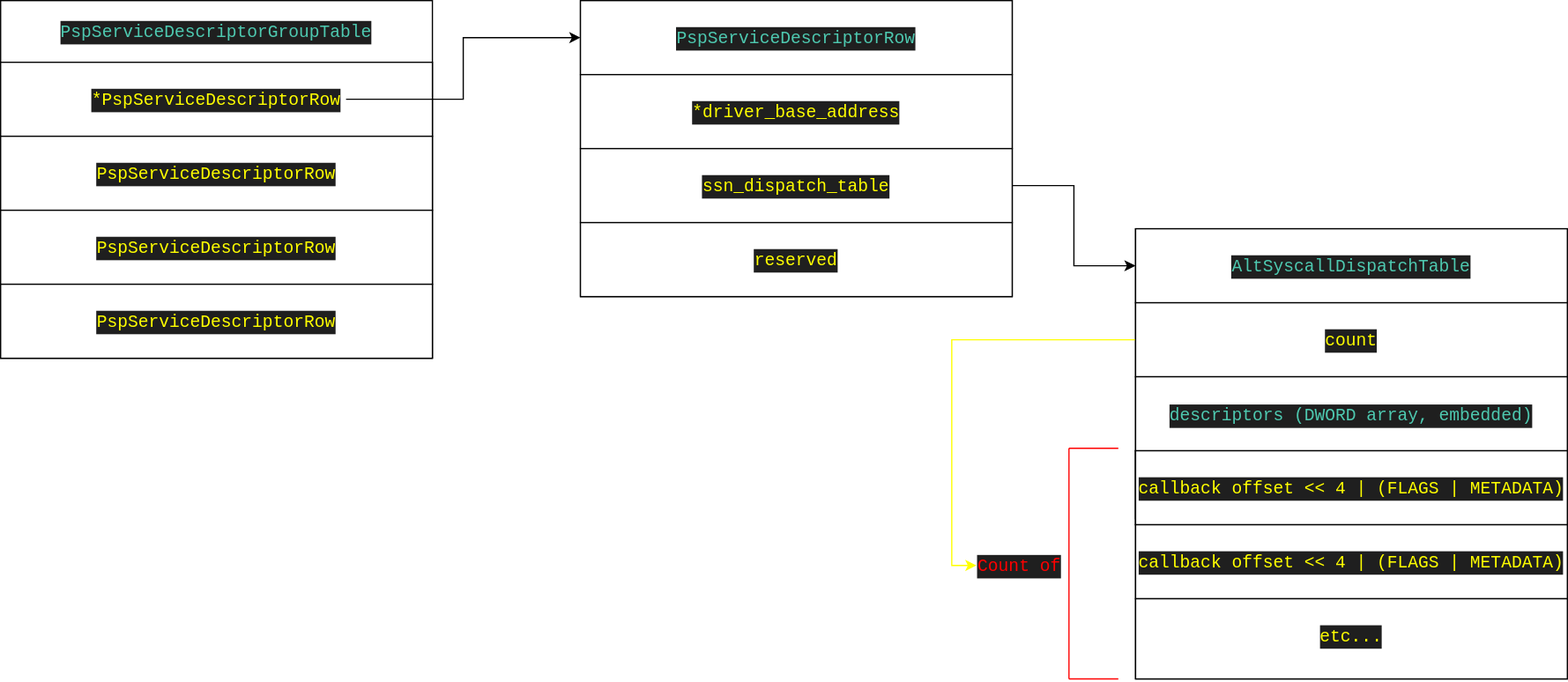
Above: imgs/evidence/structs.svg in Siradankullanici/Sanctum (draw.io), before the change. Source tidied: cells renumbered, new cells last; positions are measured from the earlier drawing's top-left corner, leaving out a move shared by most shapes. Source of this version:
```xml
<mxGraphModel>
  <root>
    <mxCell id="0" />
    <mxCell id="1" parent="0" />
    <mxCell id="2" style="rounded=0;whiteSpace=wrap;html=1;" parent="1" vertex="1">
      <mxGeometry x="920" y="185" width="350" height="235" as="geometry" />
    </mxCell>
    <mxCell id="3" style="rounded=0;whiteSpace=wrap;html=1;" parent="1" vertex="1">
      <mxGeometry width="350" height="290" as="geometry" />
    </mxCell>
    <mxCell id="4" value="&lt;div style=&quot;color: rgb(204, 204, 204); background-color: rgb(31, 31, 31); font-family: Consolas, &amp;quot;Courier New&amp;quot;, monospace; font-weight: normal; font-size: 14px; line-height: 19px; white-space: pre;&quot;&gt;&lt;div&gt;&lt;span style=&quot;color: rgb(78, 201, 176);&quot;&gt;PspServiceDescriptorGroupTable&lt;/span&gt;&lt;/div&gt;&lt;/div&gt;" style="text;whiteSpace=wrap;html=1;align=center;" parent="1" vertex="1">
      <mxGeometry x="50" y="10" width="250" height="40" as="geometry" />
    </mxCell>
    <mxCell id="5" style="rounded=0;whiteSpace=wrap;html=1;" parent="1" vertex="1">
      <mxGeometry y="50" width="350" height="60" as="geometry" />
    </mxCell>
    <mxCell id="6" style="rounded=0;whiteSpace=wrap;html=1;" parent="1" vertex="1">
      <mxGeometry y="110" width="350" height="60" as="geometry" />
    </mxCell>
    <mxCell id="7" style="rounded=0;whiteSpace=wrap;html=1;" parent="1" vertex="1">
      <mxGeometry y="170" width="350" height="60" as="geometry" />
    </mxCell>
    <mxCell id="8" style="rounded=0;whiteSpace=wrap;html=1;" parent="1" vertex="1">
      <mxGeometry y="230" width="350" height="60" as="geometry" />
    </mxCell>
    <mxCell id="9" style="edgeStyle=orthogonalEdgeStyle;rounded=0;jettySize=auto;html=1;exitX=1;exitY=0.5;exitDx=0;exitDy=0;entryX=0;entryY=0.5;entryDx=0;entryDy=0;" parent="1" edge="1" source="10" target="15">
      <mxGeometry relative="1" as="geometry" />
    </mxCell>
    <mxCell id="10" value="&lt;div style=&quot;background-color: rgb(31, 31, 31); font-family: Consolas, &amp;quot;Courier New&amp;quot;, monospace; font-weight: normal; font-size: 14px; line-height: 19px; white-space: pre;&quot;&gt;&lt;div style=&quot;&quot;&gt;&lt;span&gt;&lt;font style=&quot;color: rgb(255, 255, 0);&quot;&gt;*PspServiceDescriptorRow&lt;/font&gt;&lt;/span&gt;&lt;/div&gt;&lt;/div&gt;" style="text;whiteSpace=wrap;html=1;align=center;" parent="1" vertex="1">
      <mxGeometry x="70" y="65" width="210" height="30" as="geometry" />
    </mxCell>
    <mxCell id="11" value="&lt;div style=&quot;background-color: rgb(31, 31, 31); font-family: Consolas, &amp;quot;Courier New&amp;quot;, monospace; font-weight: normal; font-size: 14px; line-height: 19px; white-space: pre;&quot;&gt;&lt;div style=&quot;&quot;&gt;&lt;span&gt;&lt;font style=&quot;color: rgb(255, 255, 0);&quot;&gt;PspServiceDescriptorRow&lt;/font&gt;&lt;/span&gt;&lt;/div&gt;&lt;/div&gt;" style="text;whiteSpace=wrap;html=1;align=center;" parent="1" vertex="1">
      <mxGeometry x="70" y="125" width="210" height="30" as="geometry" />
    </mxCell>
    <mxCell id="12" value="&lt;div style=&quot;background-color: rgb(31, 31, 31); font-family: Consolas, &amp;quot;Courier New&amp;quot;, monospace; font-weight: normal; font-size: 14px; line-height: 19px; white-space: pre;&quot;&gt;&lt;div style=&quot;&quot;&gt;&lt;span&gt;&lt;font style=&quot;color: rgb(255, 255, 0);&quot;&gt;PspServiceDescriptorRow&lt;/font&gt;&lt;/span&gt;&lt;/div&gt;&lt;/div&gt;" style="text;whiteSpace=wrap;html=1;align=center;" parent="1" vertex="1">
      <mxGeometry x="70" y="185" width="210" height="30" as="geometry" />
    </mxCell>
    <mxCell id="13" value="&lt;div style=&quot;background-color: rgb(31, 31, 31); font-family: Consolas, &amp;quot;Courier New&amp;quot;, monospace; font-weight: normal; font-size: 14px; line-height: 19px; white-space: pre;&quot;&gt;&lt;div style=&quot;&quot;&gt;&lt;span&gt;&lt;font style=&quot;color: rgb(255, 255, 0);&quot;&gt;PspServiceDescriptorRow&lt;/font&gt;&lt;/span&gt;&lt;/div&gt;&lt;/div&gt;" style="text;whiteSpace=wrap;html=1;align=center;" parent="1" vertex="1">
      <mxGeometry x="70" y="245" width="210" height="30" as="geometry" />
    </mxCell>
    <mxCell id="14" style="rounded=0;whiteSpace=wrap;html=1;" parent="1" vertex="1">
      <mxGeometry x="470" width="350" height="240" as="geometry" />
    </mxCell>
    <mxCell id="15" style="rounded=0;whiteSpace=wrap;html=1;" parent="1" vertex="1">
      <mxGeometry x="470" width="350" height="60" as="geometry" />
    </mxCell>
    <mxCell id="16" style="rounded=0;whiteSpace=wrap;html=1;" parent="1" vertex="1">
      <mxGeometry x="470" y="60" width="350" height="60" as="geometry" />
    </mxCell>
    <mxCell id="17" style="edgeStyle=orthogonalEdgeStyle;rounded=0;jettySize=auto;html=1;exitX=1;exitY=0.5;exitDx=0;exitDy=0;entryX=0;entryY=0.5;entryDx=0;entryDy=0;" parent="1" edge="1" source="18" target="24">
      <mxGeometry relative="1" as="geometry" />
    </mxCell>
    <mxCell id="18" style="rounded=0;whiteSpace=wrap;html=1;" parent="1" vertex="1">
      <mxGeometry x="470" y="120" width="350" height="60" as="geometry" />
    </mxCell>
    <mxCell id="19" style="rounded=0;whiteSpace=wrap;html=1;" parent="1" vertex="1">
      <mxGeometry x="470" y="180" width="350" height="60" as="geometry" />
    </mxCell>
    <mxCell id="20" value="&lt;div style=&quot;color: rgb(204, 204, 204); background-color: rgb(31, 31, 31); font-family: Consolas, &amp;quot;Courier New&amp;quot;, monospace; font-weight: normal; font-size: 14px; line-height: 19px; white-space: pre;&quot;&gt;&lt;div&gt;&lt;span style=&quot;color: rgb(78, 201, 176);&quot;&gt;PspServiceDescriptorRow&lt;/span&gt;&lt;/div&gt;&lt;/div&gt;" style="text;whiteSpace=wrap;html=1;align=center;" parent="1" vertex="1">
      <mxGeometry x="540" y="15" width="210" height="30" as="geometry" />
    </mxCell>
    <mxCell id="21" value="&lt;div style=&quot;background-color: rgb(31, 31, 31); font-family: Consolas, &amp;quot;Courier New&amp;quot;, monospace; font-weight: normal; font-size: 14px; line-height: 19px; white-space: pre;&quot;&gt;&lt;div style=&quot;&quot;&gt;&lt;font color=&quot;#ffff00&quot;&gt;*driver_base_address&lt;/font&gt;&lt;/div&gt;&lt;/div&gt;" style="text;whiteSpace=wrap;html=1;align=center;" parent="1" vertex="1">
      <mxGeometry x="540" y="75" width="210" height="30" as="geometry" />
    </mxCell>
    <mxCell id="22" value="&lt;div style=&quot;background-color: rgb(31, 31, 31); font-family: Consolas, &amp;quot;Courier New&amp;quot;, monospace; font-weight: normal; font-size: 14px; line-height: 19px; white-space: pre;&quot;&gt;&lt;div style=&quot;&quot;&gt;&lt;span&gt;&lt;font style=&quot;color: rgb(255, 255, 0);&quot;&gt;ssn_dispatch_table&lt;/font&gt;&lt;/span&gt;&lt;/div&gt;&lt;/div&gt;" style="text;whiteSpace=wrap;html=1;align=center;" parent="1" vertex="1">
      <mxGeometry x="540" y="135" width="210" height="30" as="geometry" />
    </mxCell>
    <mxCell id="23" value="&lt;div style=&quot;background-color: rgb(31, 31, 31); font-family: Consolas, &amp;quot;Courier New&amp;quot;, monospace; font-weight: normal; font-size: 14px; line-height: 19px; white-space: pre;&quot;&gt;&lt;div style=&quot;&quot;&gt;&lt;span&gt;&lt;font style=&quot;color: rgb(255, 255, 0);&quot;&gt;reserved&lt;/font&gt;&lt;/span&gt;&lt;/div&gt;&lt;/div&gt;" style="text;whiteSpace=wrap;html=1;align=center;" parent="1" vertex="1">
      <mxGeometry x="540" y="195" width="210" height="30" as="geometry" />
    </mxCell>
    <mxCell id="24" style="rounded=0;whiteSpace=wrap;html=1;" parent="1" vertex="1">
      <mxGeometry x="920" y="185" width="350" height="60" as="geometry" />
    </mxCell>
    <mxCell id="25" value="&lt;div style=&quot;color: rgb(204, 204, 204); background-color: rgb(31, 31, 31); font-family: Consolas, &amp;quot;Courier New&amp;quot;, monospace; font-weight: normal; font-size: 14px; line-height: 19px; white-space: pre;&quot;&gt;&lt;div&gt;&lt;span style=&quot;color: rgb(78, 201, 176);&quot;&gt;AltSyscallDispatchTable&lt;/span&gt;&lt;/div&gt;&lt;/div&gt;" style="text;whiteSpace=wrap;html=1;align=center;" parent="1" vertex="1">
      <mxGeometry x="990" y="200" width="210" height="30" as="geometry" />
    </mxCell>
    <mxCell id="26" style="edgeStyle=orthogonalEdgeStyle;rounded=0;jettySize=auto;html=1;exitX=0;exitY=0.5;exitDx=0;exitDy=0;entryX=0;entryY=0.5;entryDx=0;entryDy=0;strokeColor=#FFFF00;" parent="1" edge="1" source="27" target="42">
      <mxGeometry relative="1" as="geometry" />
    </mxCell>
    <mxCell id="27" style="rounded=0;whiteSpace=wrap;html=1;" parent="1" vertex="1">
      <mxGeometry x="920" y="245" width="350" height="60" as="geometry" />
    </mxCell>
    <mxCell id="28" style="rounded=0;whiteSpace=wrap;html=1;" parent="1" vertex="1">
      <mxGeometry x="920" y="365" width="350" height="60" as="geometry" />
    </mxCell>
    <mxCell id="29" value="&lt;div style=&quot;background-color: rgb(31, 31, 31); font-family: Consolas, &amp;quot;Courier New&amp;quot;, monospace; font-weight: normal; font-size: 14px; line-height: 19px; white-space: pre;&quot;&gt;&lt;div style=&quot;&quot;&gt;&lt;font color=&quot;#ffff00&quot;&gt;count&lt;/font&gt;&lt;/div&gt;&lt;/div&gt;" style="text;whiteSpace=wrap;html=1;align=center;" parent="1" vertex="1">
      <mxGeometry x="990" y="260" width="210" height="30" as="geometry" />
    </mxCell>
    <mxCell id="30" style="rounded=0;whiteSpace=wrap;html=1;" parent="1" vertex="1">
      <mxGeometry x="920" y="365" width="350" height="185" as="geometry" />
    </mxCell>
    <mxCell id="31" style="rounded=0;whiteSpace=wrap;html=1;" parent="1" vertex="1">
      <mxGeometry x="920" y="305" width="350" height="60" as="geometry" />
    </mxCell>
    <mxCell id="32" value="&lt;div style=&quot;color: rgb(204, 204, 204); background-color: rgb(31, 31, 31); font-family: Consolas, &amp;quot;Courier New&amp;quot;, monospace; font-weight: normal; font-size: 14px; line-height: 19px; white-space: pre;&quot;&gt;&lt;div&gt;&lt;span style=&quot;color: rgb(78, 201, 176);&quot;&gt;descriptors (DWORD array, embedded)&lt;/span&gt;&lt;/div&gt;&lt;/div&gt;" style="text;whiteSpace=wrap;html=1;align=center;" parent="1" vertex="1">
      <mxGeometry x="990" y="321" width="210" height="30" as="geometry" />
    </mxCell>
    <mxCell id="33" style="rounded=0;whiteSpace=wrap;html=1;" parent="1" vertex="1">
      <mxGeometry x="920" y="365" width="350" height="60" as="geometry" />
    </mxCell>
    <mxCell id="34" value="&lt;div style=&quot;background-color: rgb(31, 31, 31); font-family: Consolas, &amp;quot;Courier New&amp;quot;, monospace; font-weight: normal; font-size: 14px; line-height: 19px; white-space: pre;&quot;&gt;&lt;div style=&quot;&quot;&gt;&lt;font color=&quot;#ffff00&quot;&gt;callback offset &amp;lt;&amp;lt; 4 | (FLAGS | METADATA)&lt;/font&gt;&lt;/div&gt;&lt;/div&gt;" style="text;whiteSpace=wrap;html=1;align=center;" parent="1" vertex="1">
      <mxGeometry x="970" y="380" width="250" height="30" as="geometry" />
    </mxCell>
    <mxCell id="35" style="rounded=0;whiteSpace=wrap;html=1;" parent="1" vertex="1">
      <mxGeometry x="920" y="425" width="350" height="60" as="geometry" />
    </mxCell>
    <mxCell id="36" value="&lt;div style=&quot;background-color: rgb(31, 31, 31); font-family: Consolas, &amp;quot;Courier New&amp;quot;, monospace; font-weight: normal; font-size: 14px; line-height: 19px; white-space: pre;&quot;&gt;&lt;div style=&quot;&quot;&gt;&lt;font color=&quot;#ffff00&quot;&gt;callback offset &amp;lt;&amp;lt; 4 | (FLAGS | METADATA)&lt;/font&gt;&lt;/div&gt;&lt;/div&gt;" style="text;whiteSpace=wrap;html=1;align=center;" parent="1" vertex="1">
      <mxGeometry x="970" y="440" width="250" height="30" as="geometry" />
    </mxCell>
    <mxCell id="37" style="rounded=0;whiteSpace=wrap;html=1;" parent="1" vertex="1">
      <mxGeometry x="920" y="485" width="350" height="65" as="geometry" />
    </mxCell>
    <mxCell id="38" value="&lt;div style=&quot;background-color: rgb(31, 31, 31); font-family: Consolas, &amp;quot;Courier New&amp;quot;, monospace; font-weight: normal; font-size: 14px; line-height: 19px; white-space: pre;&quot;&gt;&lt;div style=&quot;&quot;&gt;&lt;font color=&quot;#ffff00&quot;&gt;etc...&lt;/font&gt;&lt;/div&gt;&lt;/div&gt;" style="text;whiteSpace=wrap;html=1;align=center;" parent="1" vertex="1">
      <mxGeometry x="970" y="500" width="250" height="30" as="geometry" />
    </mxCell>
    <mxCell id="39" style="endArrow=none;html=1;rounded=0;strokeColor=#FF0000;" parent="1" edge="1">
      <mxGeometry relative="1" as="geometry">
        <mxPoint x="866" y="363" as="sourcePoint" />
        <mxPoint x="906" y="363" as="targetPoint" />
      </mxGeometry>
    </mxCell>
    <mxCell id="40" style="endArrow=none;html=1;rounded=0;strokeColor=#FF0000;" parent="1" edge="1">
      <mxGeometry relative="1" as="geometry">
        <mxPoint x="866" y="363" as="sourcePoint" />
        <mxPoint x="866" y="550" as="targetPoint" />
      </mxGeometry>
    </mxCell>
    <mxCell id="41" style="endArrow=none;html=1;rounded=0;strokeColor=#FF0000;" parent="1" edge="1">
      <mxGeometry relative="1" as="geometry">
        <mxPoint x="866" y="550" as="sourcePoint" />
        <mxPoint x="906" y="550" as="targetPoint" />
      </mxGeometry>
    </mxCell>
    <mxCell id="42" value="&lt;div style=&quot;background-color: rgb(31, 31, 31); font-family: Consolas, &amp;quot;Courier New&amp;quot;, monospace; font-weight: normal; font-size: 14px; line-height: 19px; white-space: pre;&quot;&gt;&lt;div style=&quot;&quot;&gt;&lt;font style=&quot;color: rgb(255, 0, 0);&quot;&gt;Count of&lt;/font&gt;&lt;/div&gt;&lt;/div&gt;" style="text;whiteSpace=wrap;html=1;align=center;" parent="1" vertex="1">
      <mxGeometry x="791" y="443" width="70" height="30" as="geometry" />
    </mxCell>
  </root>
</mxGraphModel>
```
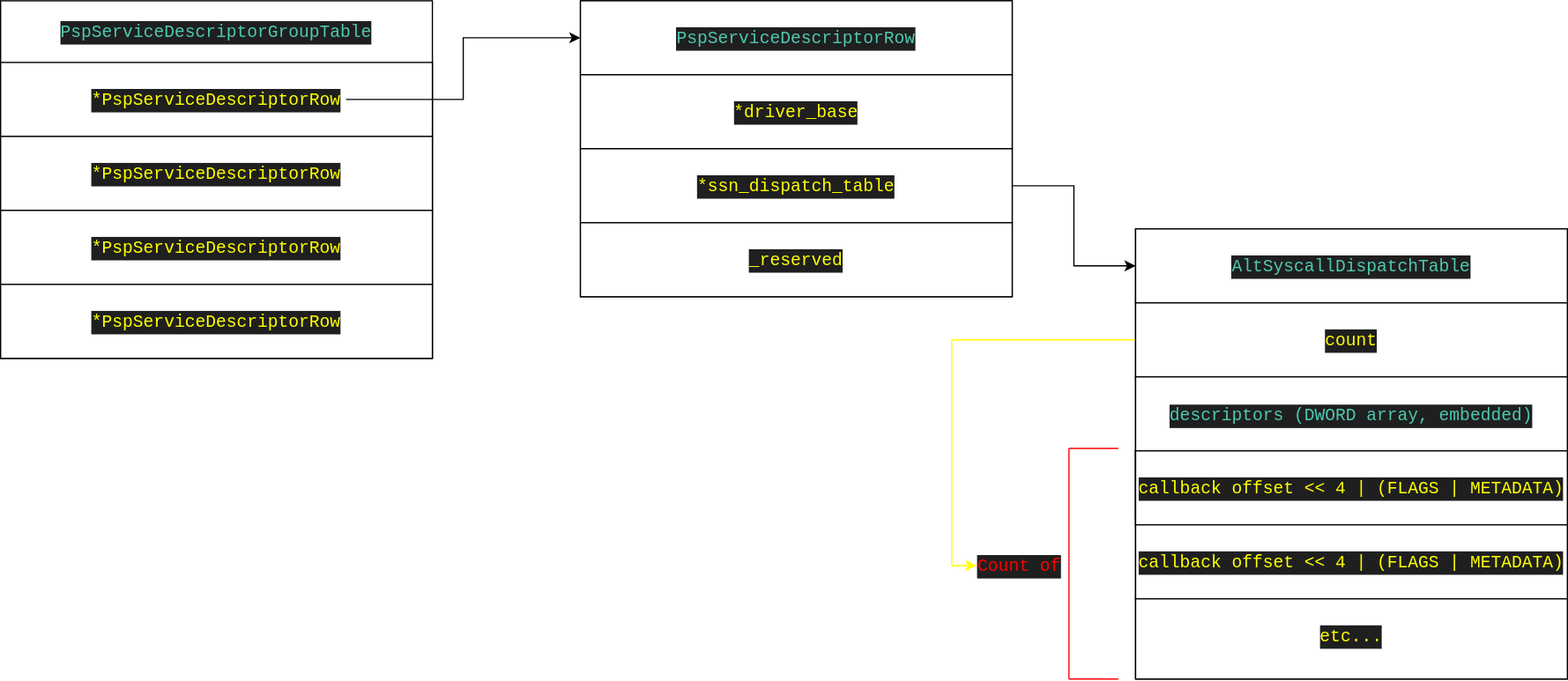
After the commit.

Commit message:
Update structs img

Diff of the diagram source:
```diff
@@ -29,13 +29,13 @@
     <mxCell id="10" value="&lt;div style=&quot;background-color: rgb(31, 31, 31); font-family: Consolas, &amp;quot;Courier New&amp;quot;, monospace; font-weight: normal; font-size: 14px; line-height: 19px; white-space: pre;&quot;&gt;&lt;div style=&quot;&quot;&gt;&lt;span&gt;&lt;font style=&quot;color: rgb(255, 255, 0);&quot;&gt;*PspServiceDescriptorRow&lt;/font&gt;&lt;/span&gt;&lt;/div&gt;&lt;/div&gt;" style="text;whiteSpace=wrap;html=1;align=center;" parent="1" vertex="1">
       <mxGeometry x="70" y="65" width="210" height="30" as="geometry" />
     </mxCell>
-    <mxCell id="11" value="&lt;div style=&quot;background-color: rgb(31, 31, 31); font-family: Consolas, &amp;quot;Courier New&amp;quot;, monospace; font-weight: normal; font-size: 14px; line-height: 19px; white-space: pre;&quot;&gt;&lt;div style=&quot;&quot;&gt;&lt;span&gt;&lt;font style=&quot;color: rgb(255, 255, 0);&quot;&gt;PspServiceDescriptorRow&lt;/font&gt;&lt;/span&gt;&lt;/div&gt;&lt;/div&gt;" style="text;whiteSpace=wrap;html=1;align=center;" parent="1" vertex="1">
+    <mxCell id="11" value="&lt;div style=&quot;background-color: rgb(31, 31, 31); font-family: Consolas, &amp;quot;Courier New&amp;quot;, monospace; font-weight: normal; font-size: 14px; line-height: 19px; white-space: pre;&quot;&gt;&lt;div style=&quot;&quot;&gt;&lt;span&gt;&lt;font style=&quot;color: rgb(255, 255, 0);&quot;&gt;*PspServiceDescriptorRow&lt;/font&gt;&lt;/span&gt;&lt;/div&gt;&lt;/div&gt;" style="text;whiteSpace=wrap;html=1;align=center;" parent="1" vertex="1">
       <mxGeometry x="70" y="125" width="210" height="30" as="geometry" />
     </mxCell>
-    <mxCell id="12" value="&lt;div style=&quot;background-color: rgb(31, 31, 31); font-family: Consolas, &amp;quot;Courier New&amp;quot;, monospace; font-weight: normal; font-size: 14px; line-height: 19px; white-space: pre;&quot;&gt;&lt;div style=&quot;&quot;&gt;&lt;span&gt;&lt;font style=&quot;color: rgb(255, 255, 0);&quot;&gt;PspServiceDescriptorRow&lt;/font&gt;&lt;/span&gt;&lt;/div&gt;&lt;/div&gt;" style="text;whiteSpace=wrap;html=1;align=center;" parent="1" vertex="1">
+    <mxCell id="12" value="&lt;div style=&quot;background-color: rgb(31, 31, 31); font-family: Consolas, &amp;quot;Courier New&amp;quot;, monospace; font-weight: normal; font-size: 14px; line-height: 19px; white-space: pre;&quot;&gt;&lt;div style=&quot;&quot;&gt;&lt;span&gt;&lt;font style=&quot;color: rgb(255, 255, 0);&quot;&gt;*PspServiceDescriptorRow&lt;/font&gt;&lt;/span&gt;&lt;/div&gt;&lt;/div&gt;" style="text;whiteSpace=wrap;html=1;align=center;" parent="1" vertex="1">
       <mxGeometry x="70" y="185" width="210" height="30" as="geometry" />
     </mxCell>
-    <mxCell id="13" value="&lt;div style=&quot;background-color: rgb(31, 31, 31); font-family: Consolas, &amp;quot;Courier New&amp;quot;, monospace; font-weight: normal; font-size: 14px; line-height: 19px; white-space: pre;&quot;&gt;&lt;div style=&quot;&quot;&gt;&lt;span&gt;&lt;font style=&quot;color: rgb(255, 255, 0);&quot;&gt;PspServiceDescriptorRow&lt;/font&gt;&lt;/span&gt;&lt;/div&gt;&lt;/div&gt;" style="text;whiteSpace=wrap;html=1;align=center;" parent="1" vertex="1">
+    <mxCell id="13" value="&lt;div style=&quot;background-color: rgb(31, 31, 31); font-family: Consolas, &amp;quot;Courier New&amp;quot;, monospace; font-weight: normal; font-size: 14px; line-height: 19px; white-space: pre;&quot;&gt;&lt;div style=&quot;&quot;&gt;&lt;span&gt;&lt;font style=&quot;color: rgb(255, 255, 0);&quot;&gt;*PspServiceDescriptorRow&lt;/font&gt;&lt;/span&gt;&lt;/div&gt;&lt;/div&gt;" style="text;whiteSpace=wrap;html=1;align=center;" parent="1" vertex="1">
       <mxGeometry x="70" y="245" width="210" height="30" as="geometry" />
     </mxCell>
     <mxCell id="14" style="rounded=0;whiteSpace=wrap;html=1;" parent="1" vertex="1">
@@ -59,13 +59,13 @@
     <mxCell id="20" value="&lt;div style=&quot;color: rgb(204, 204, 204); background-color: rgb(31, 31, 31); font-family: Consolas, &amp;quot;Courier New&amp;quot;, monospace; font-weight: normal; font-size: 14px; line-height: 19px; white-space: pre;&quot;&gt;&lt;div&gt;&lt;span style=&quot;color: rgb(78, 201, 176);&quot;&gt;PspServiceDescriptorRow&lt;/span&gt;&lt;/div&gt;&lt;/div&gt;" style="text;whiteSpace=wrap;html=1;align=center;" parent="1" vertex="1">
       <mxGeometry x="540" y="15" width="210" height="30" as="geometry" />
     </mxCell>
-    <mxCell id="21" value="&lt;div style=&quot;background-color: rgb(31, 31, 31); font-family: Consolas, &amp;quot;Courier New&amp;quot;, monospace; font-weight: normal; font-size: 14px; line-height: 19px; white-space: pre;&quot;&gt;&lt;div style=&quot;&quot;&gt;&lt;font color=&quot;#ffff00&quot;&gt;*driver_base_address&lt;/font&gt;&lt;/div&gt;&lt;/div&gt;" style="text;whiteSpace=wrap;html=1;align=center;" parent="1" vertex="1">
+    <mxCell id="21" value="&lt;div style=&quot;background-color: rgb(31, 31, 31); font-family: Consolas, &amp;quot;Courier New&amp;quot;, monospace; font-weight: normal; font-size: 14px; line-height: 19px; white-space: pre;&quot;&gt;&lt;div style=&quot;&quot;&gt;&lt;font color=&quot;#ffff00&quot;&gt;*driver_base&lt;/font&gt;&lt;/div&gt;&lt;/div&gt;" style="text;whiteSpace=wrap;html=1;align=center;" parent="1" vertex="1">
       <mxGeometry x="540" y="75" width="210" height="30" as="geometry" />
     </mxCell>
-    <mxCell id="22" value="&lt;div style=&quot;background-color: rgb(31, 31, 31); font-family: Consolas, &amp;quot;Courier New&amp;quot;, monospace; font-weight: normal; font-size: 14px; line-height: 19px; white-space: pre;&quot;&gt;&lt;div style=&quot;&quot;&gt;&lt;span&gt;&lt;font style=&quot;color: rgb(255, 255, 0);&quot;&gt;ssn_dispatch_table&lt;/font&gt;&lt;/span&gt;&lt;/div&gt;&lt;/div&gt;" style="text;whiteSpace=wrap;html=1;align=center;" parent="1" vertex="1">
+    <mxCell id="22" value="&lt;div style=&quot;background-color: rgb(31, 31, 31); font-family: Consolas, &amp;quot;Courier New&amp;quot;, monospace; font-weight: normal; font-size: 14px; line-height: 19px; white-space: pre;&quot;&gt;&lt;div style=&quot;&quot;&gt;&lt;span&gt;&lt;font style=&quot;color: rgb(255, 255, 0);&quot;&gt;*ssn_dispatch_table&lt;/font&gt;&lt;/span&gt;&lt;/div&gt;&lt;/div&gt;" style="text;whiteSpace=wrap;html=1;align=center;" parent="1" vertex="1">
       <mxGeometry x="540" y="135" width="210" height="30" as="geometry" />
     </mxCell>
-    <mxCell id="23" value="&lt;div style=&quot;background-color: rgb(31, 31, 31); font-family: Consolas, &amp;quot;Courier New&amp;quot;, monospace; font-weight: normal; font-size: 14px; line-height: 19px; white-space: pre;&quot;&gt;&lt;div style=&quot;&quot;&gt;&lt;span&gt;&lt;font style=&quot;color: rgb(255, 255, 0);&quot;&gt;reserved&lt;/font&gt;&lt;/span&gt;&lt;/div&gt;&lt;/div&gt;" style="text;whiteSpace=wrap;html=1;align=center;" parent="1" vertex="1">
+    <mxCell id="23" value="&lt;div style=&quot;background-color: rgb(31, 31, 31); font-family: Consolas, &amp;quot;Courier New&amp;quot;, monospace; font-weight: normal; font-size: 14px; line-height: 19px; white-space: pre;&quot;&gt;&lt;div style=&quot;&quot;&gt;&lt;span&gt;&lt;font style=&quot;color: rgb(255, 255, 0);&quot;&gt;_reserved&lt;/font&gt;&lt;/span&gt;&lt;/div&gt;&lt;/div&gt;" style="text;whiteSpace=wrap;html=1;align=center;" parent="1" vertex="1">
       <mxGeometry x="540" y="195" width="210" height="30" as="geometry" />
     </mxCell>
     <mxCell id="24" style="rounded=0;whiteSpace=wrap;html=1;" parent="1" vertex="1">
```
